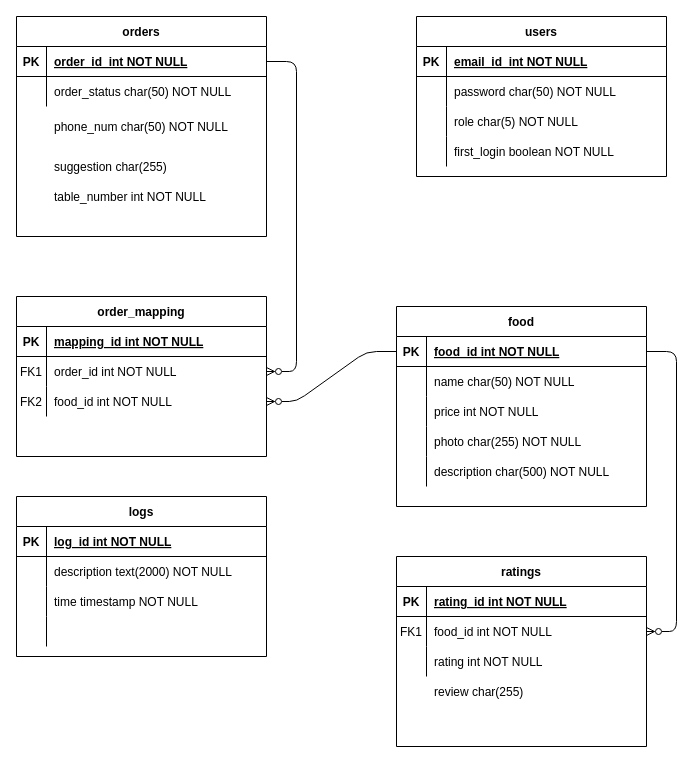
The draw.io diagram assets/erdiagram.drawio in ashawe/Restaurant-Ordering-System, before the edit. Source tidied: cells renumbered, new cells numbered last; positions are measured from the earlier drawing's top-left corner, leaving out a move shared by most shapes. Both pictures are drawn from the tidied source at 100%, with x=0, y=0 at pixel (16, 16).
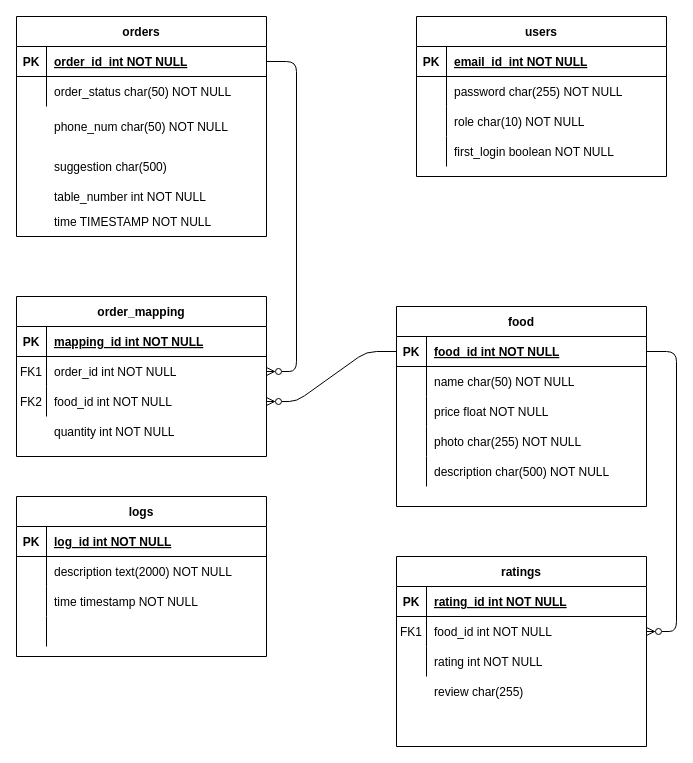
The same page after the edit.

Unchanged cells that the change refers to:
```xml
<mxCell id="6" style="shape=partialRectangle;fillColor=none;top=0;left=0;right=0;bottom=0;" parent="2" vertex="1">
  <mxGeometry y="60" width="250" height="30" as="geometry" />
</mxCell>
<mxCell id="9" style="shape=partialRectangle;fillColor=none;top=0;left=0;right=0;bottom=0;" parent="2" vertex="1">
  <mxGeometry y="90" width="250" height="30" as="geometry" />
</mxCell>
<mxCell id="15" style="group;" parent="1" vertex="1">
  <mxGeometry width="250" height="220" as="geometry" />
</mxCell>
<mxCell id="48" style="shape=partialRectangle;fillColor=none;top=0;left=0;right=0;bottom=0;" parent="41" vertex="1">
  <mxGeometry y="90" width="250" height="30" as="geometry" />
</mxCell>
```

The edit, as a diff of the source:
```diff
@@
-    <mxCell id="8" value="password char(50) NOT NULL" style="shape=partialRectangle;overflow=hidden;fillColor=none;top=0;left=0;bottom=0;right=0;align=left;spacingLeft=6;" parent="6" vertex="1">
+    <mxCell id="8" value="password char(255) NOT NULL" style="shape=partialRectangle;overflow=hidden;fillColor=none;top=0;left=0;bottom=0;right=0;align=left;spacingLeft=6;" parent="6" vertex="1">
       <mxGeometry x="30" width="220" height="30" as="geometry" />
     </mxCell>
@@
-    <mxCell id="11" value="role char(5) NOT NULL" style="shape=partialRectangle;overflow=hidden;fillColor=none;top=0;left=0;bottom=0;right=0;align=left;spacingLeft=6;" parent="9" vertex="1">
+    <mxCell id="11" value="role char(10) NOT NULL" style="shape=partialRectangle;overflow=hidden;fillColor=none;top=0;left=0;bottom=0;right=0;align=left;spacingLeft=6;" parent="9" vertex="1">
       <mxGeometry x="30" width="220" height="30" as="geometry" />
     </mxCell>
@@
-    <mxCell id="24" value="suggestion char(255) " style="shape=partialRectangle;overflow=hidden;fillColor=none;top=0;left=0;bottom=0;right=0;align=left;spacingLeft=6;" parent="15" vertex="1">
+    <mxCell id="24" value="suggestion char(500) " style="shape=partialRectangle;overflow=hidden;fillColor=none;top=0;left=0;bottom=0;right=0;align=left;spacingLeft=6;" parent="15" vertex="1">
       <mxGeometry x="30" y="135" width="220" height="30" as="geometry" />
     </mxCell>
@@
+    <mxCell id="83" style="shape=partialRectangle;fillColor=none;top=0;left=0;right=0;bottom=0;" parent="15" vertex="1">
+      <mxGeometry y="190" width="250" height="30" as="geometry" />
+    </mxCell>
+    <mxCell id="84" style="shape=partialRectangle;overflow=hidden;fillColor=none;top=0;left=0;bottom=0;right=0;" parent="83" vertex="1">
+      <mxGeometry width="30" height="30" as="geometry" />
+    </mxCell>
+    <mxCell id="85" value="time TIMESTAMP NOT NULL" style="shape=partialRectangle;overflow=hidden;fillColor=none;top=0;left=0;bottom=0;right=0;align=left;spacingLeft=6;" parent="83" vertex="1">
+      <mxGeometry x="30" width="220" height="30" as="geometry" />
+    </mxCell>
@@
-    <mxCell id="50" value="price int NOT NULL" style="shape=partialRectangle;overflow=hidden;fillColor=none;top=0;left=0;bottom=0;right=0;align=left;spacingLeft=6;" parent="48" vertex="1">
+    <mxCell id="50" value="price float NOT NULL" style="shape=partialRectangle;overflow=hidden;fillColor=none;top=0;left=0;bottom=0;right=0;align=left;spacingLeft=6;" parent="48" vertex="1">
       <mxGeometry x="30" width="220" height="30" as="geometry" />
     </mxCell>
@@
+    <mxCell id="86" value="quantity int NOT NULL" style="shape=partialRectangle;overflow=hidden;fillColor=none;top=0;left=0;bottom=0;right=0;align=left;spacingLeft=6;" parent="1" vertex="1">
+      <mxGeometry x="30" y="400" width="220" height="30" as="geometry" />
+    </mxCell>
```
